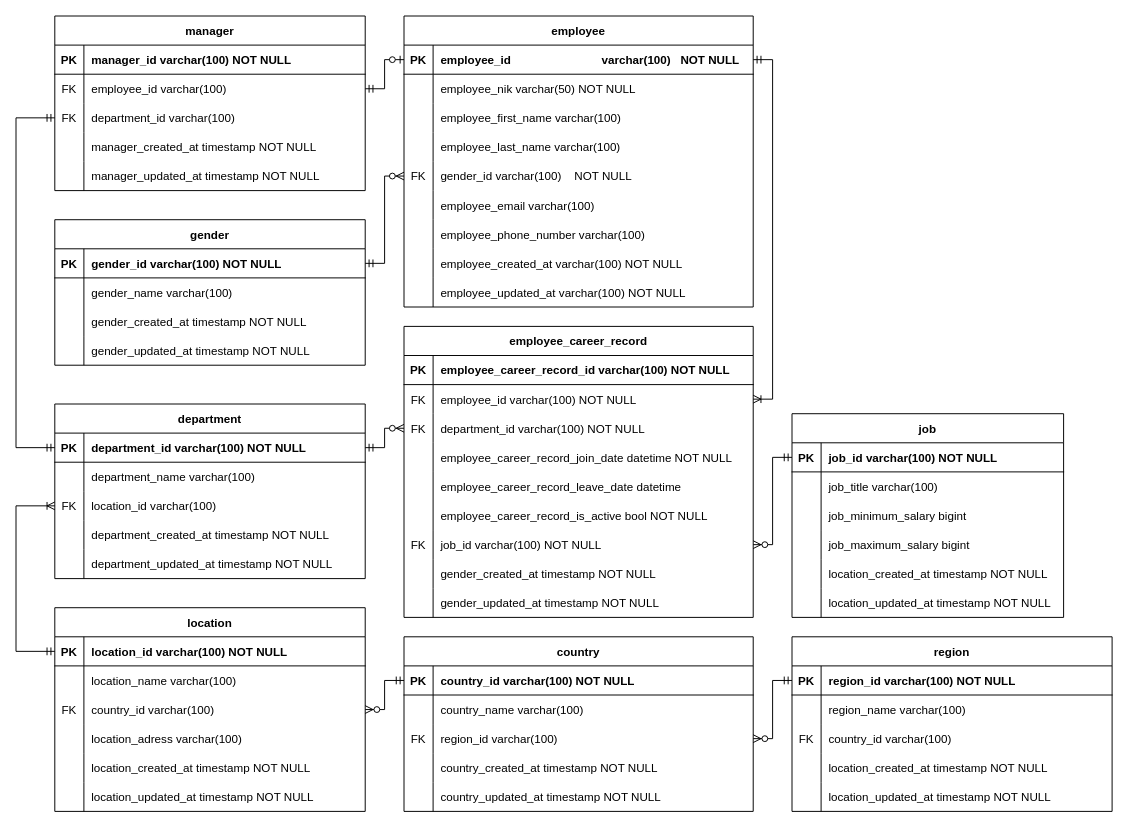
Above: pre-test-HRIS.drawio in azmiadhani/diagramsnet (draw.io), before the change. Source tidied: cells renumbered, new cells numbered last; positions are measured from the earlier drawing's top-left corner, leaving out a move shared by most shapes. Both pictures are drawn from the tidied source at 97%, with x=0, y=0 at pixel (16, 16).
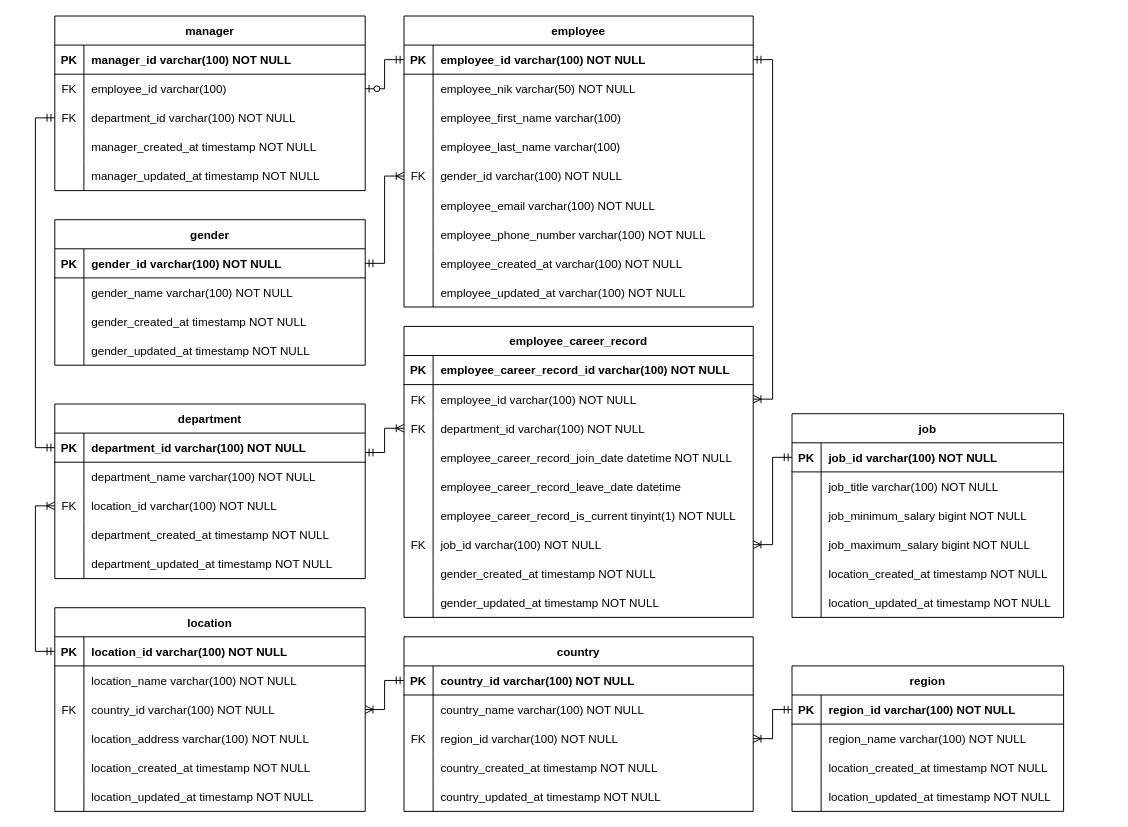
Above is the later version.

The change refers to these unchanged cells:
```xml
<mxCell id="3" style="shape=partialRectangle;fillColor=none;points=[[0,0.5],[1,0.5]];portConstraint=eastwest;top=0;left=0;right=0;bottom=1;" parent="2" vertex="1">
  <mxGeometry y="30" width="360" height="30" as="geometry" />
</mxCell>
<mxCell id="15" style="shape=partialRectangle;fillColor=none;points=[[0,0.5],[1,0.5]];portConstraint=eastwest;top=0;left=0;right=0;bottom=0;" parent="2" vertex="1">
  <mxGeometry y="150" width="360" height="30" as="geometry" />
</mxCell>
<mxCell id="18" style="shape=partialRectangle;fillColor=none;top=0;left=0;right=0;bottom=0;" parent="2" vertex="1">
  <mxGeometry y="180" width="360" height="30" as="geometry" />
</mxCell>
<mxCell id="21" style="shape=partialRectangle;fillColor=none;top=0;left=0;right=0;bottom=0;" parent="2" vertex="1">
  <mxGeometry y="210" width="360" height="30" as="geometry" />
</mxCell>
<mxCell id="31" style="shape=partialRectangle;fillColor=none;points=[[0,0.5],[1,0.5]];portConstraint=eastwest;top=0;left=0;right=0;bottom=1;" parent="30" vertex="1">
  <mxGeometry y="30" width="320" height="30" as="geometry" />
</mxCell>
<mxCell id="34" style="shape=partialRectangle;fillColor=none;top=0;left=0;right=0;bottom=0;" parent="30" vertex="1">
  <mxGeometry y="60" width="320" height="30" as="geometry" />
</mxCell>
<mxCell id="45" style="shape=partialRectangle;fillColor=none;points=[[0,0.5],[1,0.5]];portConstraint=eastwest;top=0;left=0;right=0;bottom=1;" parent="44" vertex="1">
  <mxGeometry y="30" width="320" height="30" as="geometry" />
</mxCell>
<mxCell id="48" style="shape=partialRectangle;fillColor=none;top=0;left=0;right=0;bottom=0;" parent="44" vertex="1">
  <mxGeometry y="60" width="320" height="30" as="geometry" />
</mxCell>
<mxCell id="51" style="shape=partialRectangle;fillColor=none;points=[[0,0.5],[1,0.5]];portConstraint=eastwest;top=0;left=0;right=0;bottom=0;" parent="44" vertex="1">
  <mxGeometry y="90" width="320" height="30" as="geometry" />
</mxCell>
<mxCell id="64" style="shape=partialRectangle;fillColor=none;points=[[0,0.5],[1,0.5]];portConstraint=eastwest;top=0;left=0;right=0;bottom=0;" parent="60" vertex="1">
  <mxGeometry y="60" width="320" height="30" as="geometry" />
</mxCell>
<mxCell id="67" style="shape=partialRectangle;fillColor=none;points=[[0,0.5],[1,0.5]];portConstraint=eastwest;top=0;left=0;right=0;bottom=0;" parent="60" vertex="1">
  <mxGeometry y="90" width="320" height="30" as="geometry" />
</mxCell>
<mxCell id="83" style="shape=partialRectangle;fillColor=none;points=[[0,0.5],[1,0.5]];portConstraint=eastwest;top=0;left=0;right=0;bottom=0;" parent="76" vertex="1">
  <mxGeometry y="90" width="360" height="30" as="geometry" />
</mxCell>
<mxCell id="92" style="shape=partialRectangle;fillColor=none;top=0;left=0;right=0;bottom=0;" parent="76" vertex="1">
  <mxGeometry y="180" width="360" height="30" as="geometry" />
</mxCell>
<mxCell id="95" style="shape=partialRectangle;fillColor=none;points=[[0,0.5],[1,0.5]];portConstraint=eastwest;top=0;left=0;right=0;bottom=0;" parent="76" vertex="1">
  <mxGeometry y="210" width="360" height="30" as="geometry" />
</mxCell>
<mxCell id="109" style="shape=partialRectangle;fillColor=none;points=[[0,0.5],[1,0.5]];portConstraint=eastwest;top=0;left=0;right=0;bottom=1;" parent="108" vertex="1">
  <mxGeometry y="30" width="320" height="30" as="geometry" />
</mxCell>
<mxCell id="112" style="shape=partialRectangle;fillColor=none;top=0;left=0;right=0;bottom=0;" parent="108" vertex="1">
  <mxGeometry y="60" width="320" height="30" as="geometry" />
</mxCell>
<mxCell id="115" style="shape=partialRectangle;fillColor=none;points=[[0,0.5],[1,0.5]];portConstraint=eastwest;top=0;left=0;right=0;bottom=0;" parent="108" vertex="1">
  <mxGeometry y="90" width="320" height="30" as="geometry" />
</mxCell>
<mxCell id="118" style="shape=partialRectangle;fillColor=none;top=0;left=0;right=0;bottom=0;" parent="108" vertex="1">
  <mxGeometry y="120" width="320" height="30" as="geometry" />
</mxCell>
<mxCell id="129" style="shape=partialRectangle;fillColor=none;points=[[0,0.5],[1,0.5]];portConstraint=eastwest;top=0;left=0;right=0;bottom=1;" parent="128" vertex="1">
  <mxGeometry y="30" width="360" height="30" as="geometry" />
</mxCell>
<mxCell id="132" style="shape=partialRectangle;fillColor=none;top=0;left=0;right=0;bottom=0;" parent="128" vertex="1">
  <mxGeometry y="60" width="360" height="30" as="geometry" />
</mxCell>
<mxCell id="135" style="shape=partialRectangle;fillColor=none;points=[[0,0.5],[1,0.5]];portConstraint=eastwest;top=0;left=0;right=0;bottom=0;" parent="128" vertex="1">
  <mxGeometry y="90" width="360" height="30" as="geometry" />
</mxCell>
<mxCell id="145" style="shape=partialRectangle;fillColor=none;points=[[0,0.5],[1,0.5]];portConstraint=eastwest;top=0;left=0;right=0;bottom=1;" parent="144" vertex="1">
  <mxGeometry y="30" width="280" height="30" as="geometry" />
</mxCell>
<mxCell id="148" style="shape=partialRectangle;fillColor=none;top=0;left=0;right=0;bottom=0;" parent="144" vertex="1">
  <mxGeometry y="60" width="280" height="30" as="geometry" />
</mxCell>
<mxCell id="151" style="shape=partialRectangle;fillColor=none;top=0;left=0;right=0;bottom=0;" parent="144" vertex="1">
  <mxGeometry y="90" width="280" height="30" as="geometry" />
</mxCell>
<mxCell id="154" style="shape=partialRectangle;fillColor=none;top=0;left=0;right=0;bottom=0;" parent="144" vertex="1">
  <mxGeometry y="120" width="280" height="30" as="geometry" />
</mxCell>
```

Diff of the diagram source:
```diff
@@
-    <mxCell id="5" value="employee_id                            varchar(100)   NOT NULL" style="shape=partialRectangle;overflow=hidden;fillColor=none;top=0;left=0;bottom=0;right=0;align=left;spacingLeft=6;fontStyle=1;" parent="3" vertex="1">
+    <mxCell id="5" value="employee_id varchar(100) NOT NULL" style="shape=partialRectangle;overflow=hidden;fillColor=none;top=0;left=0;bottom=0;right=0;align=left;spacingLeft=6;fontStyle=1;" parent="3" vertex="1">
       <mxGeometry x="30" width="330" height="30" as="geometry" />
     </mxCell>
@@
-    <mxCell id="17" value="gender_id varchar(100)    NOT NULL" style="shape=partialRectangle;overflow=hidden;fillColor=none;top=0;left=0;bottom=0;right=0;align=left;spacingLeft=6;" parent="15" vertex="1">
+    <mxCell id="17" value="gender_id varchar(100) NOT NULL" style="shape=partialRectangle;overflow=hidden;fillColor=none;top=0;left=0;bottom=0;right=0;align=left;spacingLeft=6;" parent="15" vertex="1">
       <mxGeometry x="30" width="330" height="30" as="geometry" />
     </mxCell>
@@
-    <mxCell id="20" value="employee_email varchar(100)" style="shape=partialRectangle;overflow=hidden;fillColor=none;top=0;left=0;bottom=0;right=0;align=left;spacingLeft=6;" parent="18" vertex="1">
+    <mxCell id="20" value="employee_email varchar(100) NOT NULL" style="shape=partialRectangle;overflow=hidden;fillColor=none;top=0;left=0;bottom=0;right=0;align=left;spacingLeft=6;" parent="18" vertex="1">
       <mxGeometry x="30" width="330" height="30" as="geometry" />
     </mxCell>
@@
-    <mxCell id="23" value="employee_phone_number varchar(100)" style="shape=partialRectangle;overflow=hidden;fillColor=none;top=0;left=0;bottom=0;right=0;align=left;spacingLeft=6;" parent="21" vertex="1">
+    <mxCell id="23" value="employee_phone_number varchar(100) NOT NULL" style="shape=partialRectangle;overflow=hidden;fillColor=none;top=0;left=0;bottom=0;right=0;align=left;spacingLeft=6;" parent="21" vertex="1">
       <mxGeometry x="30" width="330" height="30" as="geometry" />
     </mxCell>
@@
-    <mxCell id="36" value="gender_name varchar(100)" style="shape=partialRectangle;overflow=hidden;fillColor=none;top=0;left=0;bottom=0;right=0;align=left;spacingLeft=6;" parent="34" vertex="1">
+    <mxCell id="36" value="gender_name varchar(100) NOT NULL" style="shape=partialRectangle;overflow=hidden;fillColor=none;top=0;left=0;bottom=0;right=0;align=left;spacingLeft=6;" parent="34" vertex="1">
       <mxGeometry x="30" width="290" height="30" as="geometry" />
     </mxCell>
@@
-    <mxCell id="43" style="edgeStyle=elbowEdgeStyle;fontSize=12;html=1;endArrow=ERzeroToMany;startArrow=ERmandOne;rounded=0;exitX=1;exitY=0.5;exitDx=0;exitDy=0;" parent="1" edge="1" source="31" target="15">
-      <mxGeometry relative="1" as="geometry" />
-    </mxCell>
@@
-    <mxCell id="50" value="department_name varchar(100)" style="shape=partialRectangle;overflow=hidden;fillColor=none;top=0;left=0;bottom=0;right=0;align=left;spacingLeft=6;" parent="48" vertex="1">
+    <mxCell id="50" value="department_name varchar(100) NOT NULL" style="shape=partialRectangle;overflow=hidden;fillColor=none;top=0;left=0;bottom=0;right=0;align=left;spacingLeft=6;" parent="48" vertex="1">
       <mxGeometry x="30" width="290" height="30" as="geometry" />
     </mxCell>
@@
-    <mxCell id="53" value="location_id varchar(100)" style="shape=partialRectangle;overflow=hidden;fillColor=none;top=0;left=0;bottom=0;right=0;align=left;spacingLeft=6;" parent="51" vertex="1">
+    <mxCell id="53" value="location_id varchar(100) NOT NULL" style="shape=partialRectangle;overflow=hidden;fillColor=none;top=0;left=0;bottom=0;right=0;align=left;spacingLeft=6;" parent="51" vertex="1">
       <mxGeometry x="30" width="290" height="30" as="geometry" />
     </mxCell>
@@
-    <mxCell id="69" value="department_id varchar(100)" style="shape=partialRectangle;overflow=hidden;fillColor=none;top=0;left=0;bottom=0;right=0;align=left;spacingLeft=6;" parent="67" vertex="1">
+    <mxCell id="69" value="department_id varchar(100) NOT NULL" style="shape=partialRectangle;overflow=hidden;fillColor=none;top=0;left=0;bottom=0;right=0;align=left;spacingLeft=6;" parent="67" vertex="1">
       <mxGeometry x="30" width="290" height="30" as="geometry" />
     </mxCell>
@@
-    <mxCell id="94" value="employee_career_record_is_active bool NOT NULL" style="shape=partialRectangle;overflow=hidden;fillColor=none;top=0;left=0;bottom=0;right=0;align=left;spacingLeft=6;" parent="92" vertex="1">
+    <mxCell id="94" value="employee_career_record_is_current tinyint(1) NOT NULL" style="shape=partialRectangle;overflow=hidden;fillColor=none;top=0;left=0;bottom=0;right=0;align=left;spacingLeft=6;" parent="92" vertex="1">
       <mxGeometry x="30" width="330" height="30" as="geometry" />
     </mxCell>
@@
-    <mxCell id="104" style="edgeStyle=elbowEdgeStyle;fontSize=12;html=1;endArrow=ERzeroToMany;startArrow=ERmandOne;rounded=0;exitX=1;exitY=0.5;exitDx=0;exitDy=0;" parent="1" edge="1" source="45" target="83">
-      <mxGeometry relative="1" as="geometry" />
-    </mxCell>
@@
     <mxCell id="106" style="edgeStyle=elbowEdgeStyle;fontSize=12;html=1;endArrow=ERmandOne;startArrow=ERmandOne;rounded=0;exitX=0;exitY=0.5;exitDx=0;exitDy=0;entryX=0;entryY=0.5;entryDx=0;entryDy=0;" parent="1" edge="1" source="45" target="67">
       <mxGeometry relative="1" as="geometry">
         <Array as="points">
-          <mxPoint y="590" />
+          <mxPoint x="20" y="280" />
         </Array>
       </mxGeometry>
     </mxCell>
-    <mxCell id="107" style="edgeStyle=elbowEdgeStyle;fontSize=12;html=1;endArrow=ERzeroToOne;startArrow=ERmandOne;rounded=0;" parent="1" edge="1" source="64" target="3">
-      <mxGeometry relative="1" as="geometry" />
-    </mxCell>
@@
-    <mxCell id="114" value="location_name varchar(100)" style="shape=partialRectangle;overflow=hidden;fillColor=none;top=0;left=0;bottom=0;right=0;align=left;spacingLeft=6;" parent="112" vertex="1">
+    <mxCell id="114" value="location_name varchar(100) NOT NULL" style="shape=partialRectangle;overflow=hidden;fillColor=none;top=0;left=0;bottom=0;right=0;align=left;spacingLeft=6;" parent="112" vertex="1">
       <mxGeometry x="30" width="290" height="30" as="geometry" />
     </mxCell>
@@
-    <mxCell id="117" value="country_id varchar(100)" style="shape=partialRectangle;overflow=hidden;fillColor=none;top=0;left=0;bottom=0;right=0;align=left;spacingLeft=6;" parent="115" vertex="1">
+    <mxCell id="117" value="country_id varchar(100) NOT NULL" style="shape=partialRectangle;overflow=hidden;fillColor=none;top=0;left=0;bottom=0;right=0;align=left;spacingLeft=6;" parent="115" vertex="1">
       <mxGeometry x="30" width="290" height="30" as="geometry" />
     </mxCell>
@@
-    <mxCell id="120" value="location_adress varchar(100)" style="shape=partialRectangle;overflow=hidden;fillColor=none;top=0;left=0;bottom=0;right=0;align=left;spacingLeft=6;" parent="118" vertex="1">
+    <mxCell id="120" value="location_address varchar(100) NOT NULL" style="shape=partialRectangle;overflow=hidden;fillColor=none;top=0;left=0;bottom=0;right=0;align=left;spacingLeft=6;" parent="118" vertex="1">
       <mxGeometry x="30" width="290" height="30" as="geometry" />
     </mxCell>
@@
     <mxCell id="127" style="edgeStyle=elbowEdgeStyle;fontSize=12;html=1;endArrow=ERoneToMany;startArrow=ERmandOne;rounded=0;exitX=0;exitY=0.5;exitDx=0;exitDy=0;entryX=0;entryY=0.5;entryDx=0;entryDy=0;" parent="1" edge="1" source="109" target="51">
       <mxGeometry relative="1" as="geometry">
         <Array as="points">
-          <mxPoint y="560" />
+          <mxPoint x="20" y="580" />
         </Array>
       </mxGeometry>
     </mxCell>
@@
-    <mxCell id="134" value="country_name varchar(100)" style="shape=partialRectangle;overflow=hidden;fillColor=none;top=0;left=0;bottom=0;right=0;align=left;spacingLeft=6;" parent="132" vertex="1">
+    <mxCell id="134" value="country_name varchar(100) NOT NULL" style="shape=partialRectangle;overflow=hidden;fillColor=none;top=0;left=0;bottom=0;right=0;align=left;spacingLeft=6;" parent="132" vertex="1">
       <mxGeometry x="30" width="330" height="30" as="geometry" />
     </mxCell>
@@
-    <mxCell id="137" value="region_id varchar(100)" style="shape=partialRectangle;overflow=hidden;fillColor=none;top=0;left=0;bottom=0;right=0;align=left;spacingLeft=6;" parent="135" vertex="1">
+    <mxCell id="137" value="region_id varchar(100) NOT NULL" style="shape=partialRectangle;overflow=hidden;fillColor=none;top=0;left=0;bottom=0;right=0;align=left;spacingLeft=6;" parent="135" vertex="1">
       <mxGeometry x="30" width="330" height="30" as="geometry" />
     </mxCell>
@@
-    <mxCell id="150" value="job_title varchar(100)" style="shape=partialRectangle;overflow=hidden;fillColor=none;top=0;left=0;bottom=0;right=0;align=left;spacingLeft=6;" parent="148" vertex="1">
+    <mxCell id="150" value="job_title varchar(100) NOT NULL" style="shape=partialRectangle;overflow=hidden;fillColor=none;top=0;left=0;bottom=0;right=0;align=left;spacingLeft=6;" parent="148" vertex="1">
       <mxGeometry x="30" width="250" height="30" as="geometry" />
     </mxCell>
@@
-    <mxCell id="153" value="job_minimum_salary bigint" style="shape=partialRectangle;overflow=hidden;fillColor=none;top=0;left=0;bottom=0;right=0;align=left;spacingLeft=6;" parent="151" vertex="1">
+    <mxCell id="153" value="job_minimum_salary bigint NOT NULL" style="shape=partialRectangle;overflow=hidden;fillColor=none;top=0;left=0;bottom=0;right=0;align=left;spacingLeft=6;" parent="151" vertex="1">
       <mxGeometry x="30" width="250" height="30" as="geometry" />
     </mxCell>
@@
-    <mxCell id="156" value="job_maximum_salary bigint" style="shape=partialRectangle;overflow=hidden;fillColor=none;top=0;left=0;bottom=0;right=0;align=left;spacingLeft=6;" parent="154" vertex="1">
+    <mxCell id="156" value="job_maximum_salary bigint NOT NULL" style="shape=partialRectangle;overflow=hidden;fillColor=none;top=0;left=0;bottom=0;right=0;align=left;spacingLeft=6;" parent="154" vertex="1">
       <mxGeometry x="30" width="250" height="30" as="geometry" />
     </mxCell>
@@
-    <mxCell id="163" style="edgeStyle=orthogonalEdgeStyle;fontSize=12;html=1;endArrow=ERzeroToMany;startArrow=ERmandOne;rounded=0;" parent="1" edge="1" source="145" target="95">
-      <mxGeometry relative="1" as="geometry" />
-    </mxCell>
     <mxCell id="164" value="region" style="shape=table;startSize=30;childLayout=tableLayout;rowLines=0;fontStyle=1;align=center;" parent="1" vertex="1">
-      <mxGeometry x="800" y="640" width="330" height="180" as="geometry" />
+      <mxGeometry x="800" y="670" width="280" height="150" as="geometry" />
     </mxCell>
     <mxCell id="165" style="shape=partialRectangle;fillColor=none;points=[[0,0.5],[1,0.5]];portConstraint=eastwest;top=0;left=0;right=0;bottom=1;" parent="164" vertex="1">
-      <mxGeometry y="30" width="330" height="30" as="geometry" />
+      <mxGeometry y="30" width="280" height="30" as="geometry" />
     </mxCell>
@@
     <mxCell id="167" value="region_id varchar(100) NOT NULL " style="shape=partialRectangle;overflow=hidden;fillColor=none;top=0;left=0;bottom=0;right=0;align=left;spacingLeft=6;fontStyle=1;" parent="165" vertex="1">
-      <mxGeometry x="30" width="300" height="30" as="geometry" />
+      <mxGeometry x="30" width="250" height="30" as="geometry" />
     </mxCell>
     <mxCell id="168" style="shape=partialRectangle;fillColor=none;top=0;left=0;right=0;bottom=0;" parent="164" vertex="1">
-      <mxGeometry y="60" width="330" height="30" as="geometry" />
+      <mxGeometry y="60" width="280" height="30" as="geometry" />
     </mxCell>
@@
-    <mxCell id="170" value="region_name varchar(100)" style="shape=partialRectangle;overflow=hidden;fillColor=none;top=0;left=0;bottom=0;right=0;align=left;spacingLeft=6;" parent="168" vertex="1">
-      <mxGeometry x="30" width="300" height="30" as="geometry" />
+    <mxCell id="170" value="region_name varchar(100) NOT NULL" style="shape=partialRectangle;overflow=hidden;fillColor=none;top=0;left=0;bottom=0;right=0;align=left;spacingLeft=6;" parent="168" vertex="1">
+      <mxGeometry x="30" width="250" height="30" as="geometry" />
     </mxCell>
-    <mxCell id="171" style="shape=partialRectangle;fillColor=none;top=0;left=0;right=0;bottom=0;" parent="164" vertex="1">
-      <mxGeometry y="90" width="330" height="30" as="geometry" />
-    </mxCell>
-    <mxCell id="172" value="FK" style="shape=partialRectangle;overflow=hidden;fillColor=none;top=0;left=0;bottom=0;right=0;" parent="171" vertex="1">
-      <mxGeometry width="30" height="30" as="geometry" />
-    </mxCell>
-    <mxCell id="173" value="country_id varchar(100)" style="shape=partialRectangle;overflow=hidden;fillColor=none;top=0;left=0;bottom=0;right=0;align=left;spacingLeft=6;" parent="171" vertex="1">
-      <mxGeometry x="30" width="300" height="30" as="geometry" />
-    </mxCell>
     <mxCell id="174" style="shape=partialRectangle;fillColor=none;top=0;left=0;right=0;bottom=0;" parent="164" vertex="1">
-      <mxGeometry y="120" width="330" height="30" as="geometry" />
+      <mxGeometry y="90" width="280" height="30" as="geometry" />
     </mxCell>
@@
     <mxCell id="176" value="location_created_at timestamp NOT NULL" style="shape=partialRectangle;overflow=hidden;fillColor=none;top=0;left=0;bottom=0;right=0;align=left;spacingLeft=6;" parent="174" vertex="1">
-      <mxGeometry x="30" width="300" height="30" as="geometry" />
+      <mxGeometry x="30" width="250" height="30" as="geometry" />
     </mxCell>
     <mxCell id="177" style="shape=partialRectangle;fillColor=none;top=0;left=0;right=0;bottom=0;" parent="164" vertex="1">
-      <mxGeometry y="150" width="330" height="30" as="geometry" />
+      <mxGeometry y="120" width="280" height="30" as="geometry" />
     </mxCell>
@@
     <mxCell id="179" value="location_updated_at timestamp NOT NULL" style="shape=partialRectangle;overflow=hidden;fillColor=none;top=0;left=0;bottom=0;right=0;align=left;spacingLeft=6;" parent="177" vertex="1">
-      <mxGeometry x="30" width="300" height="30" as="geometry" />
+      <mxGeometry x="30" width="250" height="30" as="geometry" />
     </mxCell>
+    <mxCell id="104" style="edgeStyle=elbowEdgeStyle;fontSize=12;html=1;endArrow=ERoneToMany;startArrow=ERmandOne;rounded=0;" parent="1" edge="1" source="45" target="83">
+      <mxGeometry relative="1" as="geometry">
+        <Array as="points">
+          <mxPoint x="380" y="450" />
+        </Array>
+      </mxGeometry>
+    </mxCell>
+    <mxCell id="181" style="edgeStyle=elbowEdgeStyle;fontSize=12;html=1;endArrow=ERoneToMany;startArrow=ERmandOne;rounded=0;" parent="1" edge="1" source="129" target="115">
+      <mxGeometry relative="1" as="geometry" />
+    </mxCell>
-    <mxCell id="180" style="edgeStyle=elbowEdgeStyle;fontSize=12;html=1;endArrow=ERzeroToMany;startArrow=ERmandOne;rounded=0;" parent="1" edge="1" source="165" target="135">
+    <mxCell id="180" style="edgeStyle=elbowEdgeStyle;fontSize=12;html=1;endArrow=ERoneToMany;startArrow=ERmandOne;rounded=0;" parent="1" edge="1" source="165" target="135">
       <mxGeometry relative="1" as="geometry" />
     </mxCell>
-    <mxCell id="181" style="edgeStyle=elbowEdgeStyle;fontSize=12;html=1;endArrow=ERzeroToMany;startArrow=ERmandOne;rounded=0;" parent="1" edge="1" source="129" target="115">
-      <mxGeometry relative="1" as="geometry" />
-    </mxCell>
+    <mxCell id="163" style="edgeStyle=elbowEdgeStyle;fontSize=12;html=1;endArrow=ERoneToMany;startArrow=ERmandOne;rounded=0;" parent="1" edge="1" source="145" target="95">
+      <mxGeometry relative="1" as="geometry" />
+    </mxCell>
+    <mxCell id="43" style="edgeStyle=elbowEdgeStyle;fontSize=12;html=1;endArrow=ERoneToMany;startArrow=ERmandOne;rounded=0;" parent="1" edge="1" source="31" target="15">
+      <mxGeometry relative="1" as="geometry">
+        <Array as="points">
+          <mxPoint x="380" y="220" />
+        </Array>
+      </mxGeometry>
+    </mxCell>
+    <mxCell id="107" style="edgeStyle=elbowEdgeStyle;fontSize=12;html=1;endArrow=ERzeroToOne;startArrow=ERmandOne;rounded=0;" parent="1" edge="1" source="3" target="64">
+      <mxGeometry relative="1" as="geometry" />
+    </mxCell>
```
